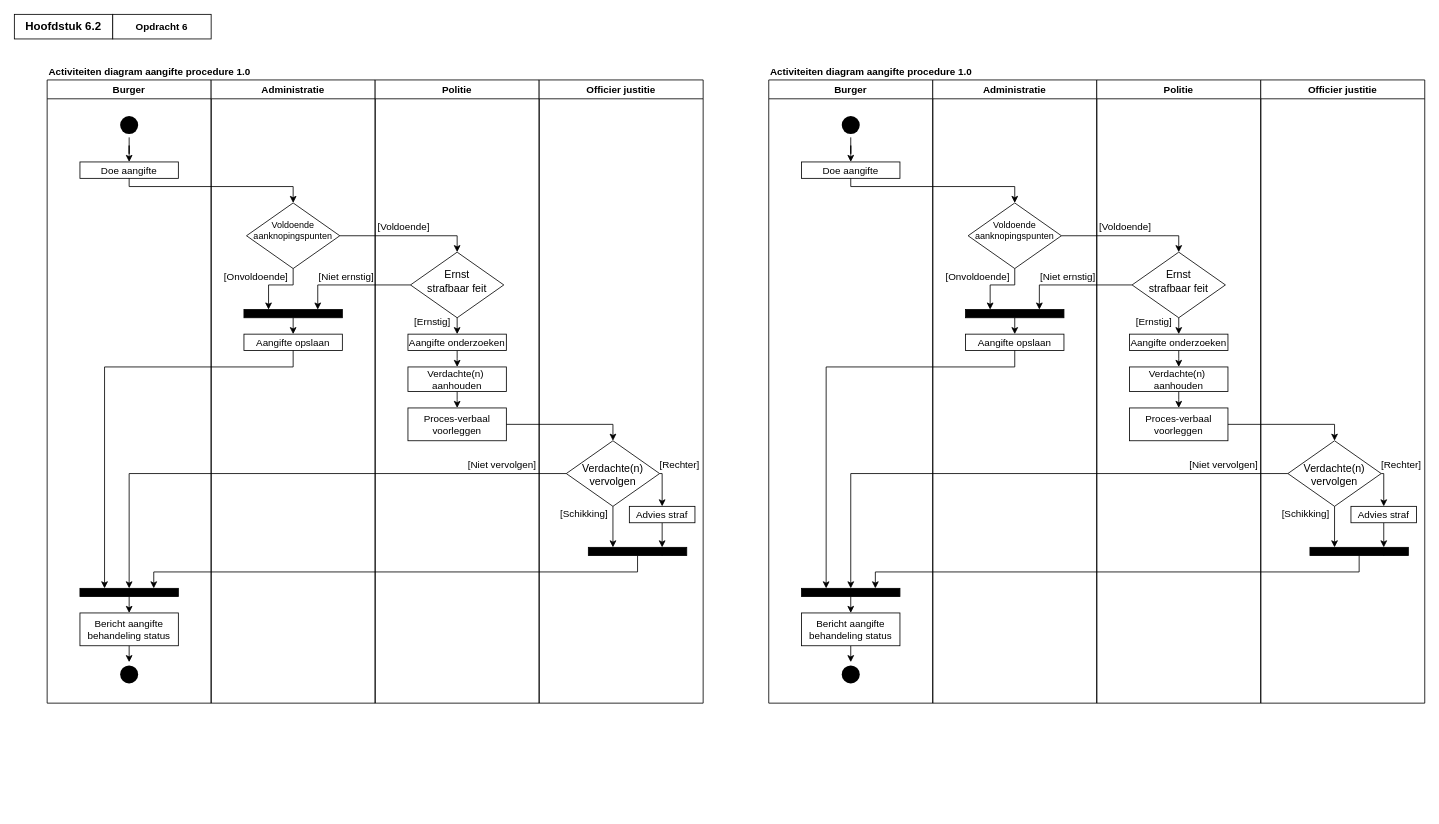
EMB20/Procesanalyse keeps this draw.io diagram as page "Opdracht6" (4 of 4) of ActivityDiagramHealthclinic.drawio. Above is the earlier version. Source tidied: cells renumbered, new cells numbered last; positions are measured from the earlier drawing's top-left corner, leaving out a move shared by most shapes. Both pictures are drawn from the tidied source at 82%, with x=0, y=0 at pixel (14, 14).
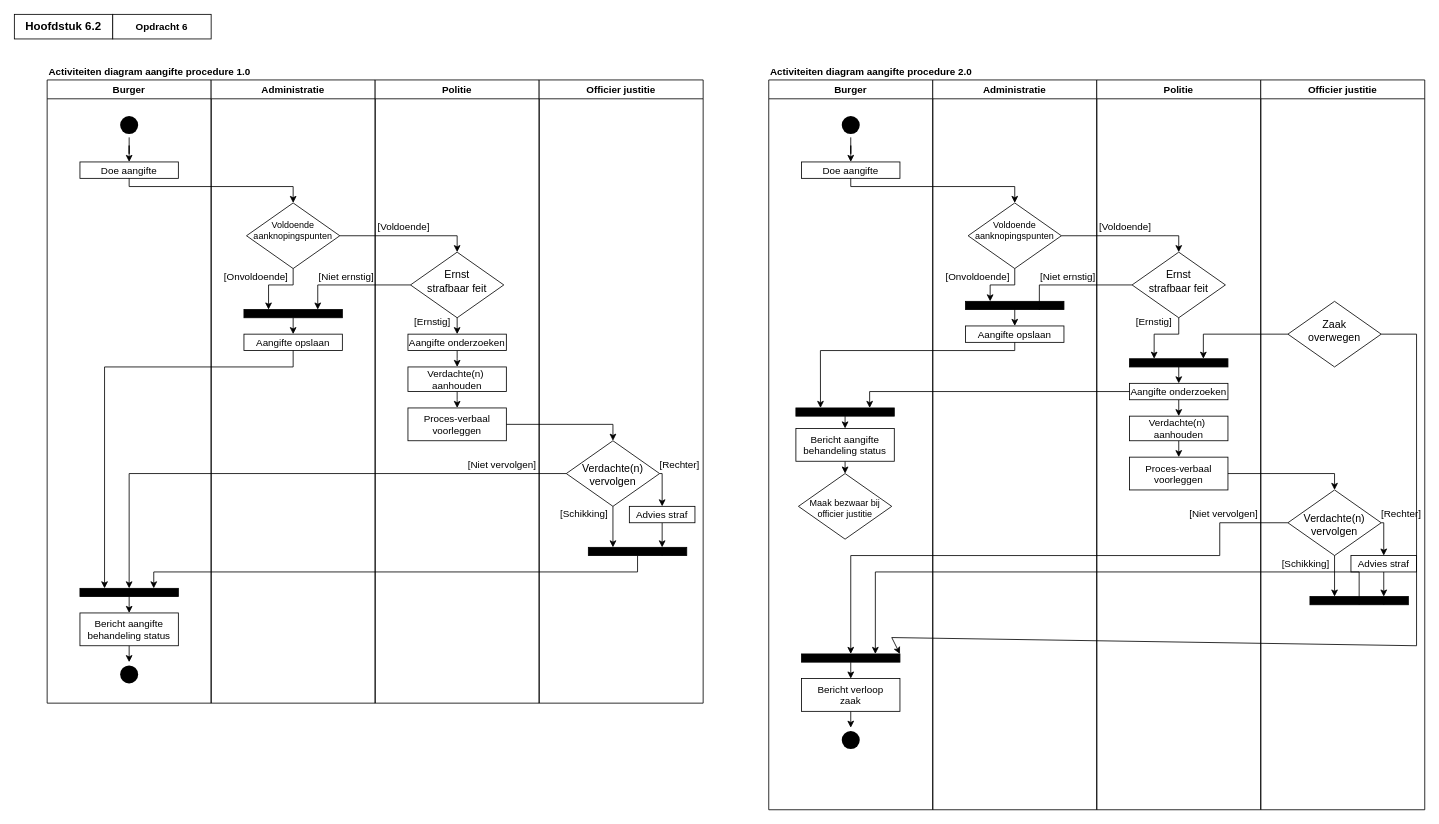
After the change.

Unchanged cells that the change refers to:
```xml
<mxCell id="67" value="Ernst&#10;strafbaar feit" style="rhombus;fillColor=default;strokeColor=default;shadow=0;fontSize=13;spacingBottom=10;" parent="59" vertex="1">
  <mxGeometry x="243.1" y="210" width="113.8" height="80" as="geometry" />
</mxCell>
```

What changed in the source:
```diff
@@
     <mxCell id="50" value="Burger" style="swimlane;whiteSpace=wrap;html=1;" parent="1" vertex="1">
-      <mxGeometry x="920" y="80" width="200" height="760" as="geometry" />
+      <mxGeometry x="920" y="80" width="200" height="890" as="geometry" />
     </mxCell>
@@
-    <mxCell id="55" value="Bericht aangifte&#10;behandeling status" parent="50" vertex="1">
-      <mxGeometry x="40" y="650" width="120" height="40" as="geometry" />
+    <mxCell id="55" value="Bericht verloop&#10;zaak" parent="50" vertex="1">
+      <mxGeometry x="40" y="730" width="120" height="40" as="geometry" />
     </mxCell>
@@
     <mxCell id="57" style="rounded=0;whiteSpace=wrap;html=1;fillColor=#000000;" parent="50" vertex="1">
-      <mxGeometry x="40" y="620" width="120" height="10" as="geometry" />
+      <mxGeometry x="40" y="700" width="120" height="10" as="geometry" />
     </mxCell>
     <mxCell id="58" style="ellipse;shape=startState;fillColor=#000000;strokeColor=none;" parent="50" vertex="1">
-      <mxGeometry x="85" y="710" width="30" height="30" as="geometry" />
+      <mxGeometry x="85" y="790" width="30" height="30" as="geometry" />
     </mxCell>
+    <mxCell id="96" style="edgeStyle=none;rounded=0;jettySize=auto;html=1;entryX=0.5;entryY=0;entryDx=0;entryDy=0;elbow=vertical;" parent="50" edge="1" source="97" target="98">
+      <mxGeometry relative="1" as="geometry" />
+    </mxCell>
+    <mxCell id="97" value="Bericht aangifte&#10;behandeling status" parent="50" vertex="1">
+      <mxGeometry x="33.1" y="425" width="120" height="40" as="geometry" />
+    </mxCell>
+    <mxCell id="98" value="Maak bezwaar bij&#10;officier justitie" style="rhombus;fillColor=default;strokeColor=default;shadow=0;fontSize=11;spacingBottom=0;spacingTop=4;" parent="50" vertex="1">
+      <mxGeometry x="36.2" y="480" width="113.8" height="80" as="geometry" />
+    </mxCell>
+    <mxCell id="99" style="edgeStyle=none;rounded=0;jettySize=auto;html=1;exitX=0.5;exitY=1;exitDx=0;exitDy=0;entryX=0.5;entryY=0;entryDx=0;entryDy=0;elbow=vertical;" parent="50" edge="1" source="100" target="97">
+      <mxGeometry relative="1" as="geometry" />
+    </mxCell>
+    <mxCell id="100" style="rounded=0;whiteSpace=wrap;html=1;fillColor=#000000;" parent="50" vertex="1">
+      <mxGeometry x="33.1" y="400" width="120" height="10" as="geometry" />
+    </mxCell>
     <mxCell id="59" value="Administratie" style="swimlane;whiteSpace=wrap;html=1;" parent="1" vertex="1">
-      <mxGeometry x="1120" y="80" width="200" height="760" as="geometry" />
+      <mxGeometry x="1120" y="80" width="200" height="890" as="geometry" />
     </mxCell>
     <mxCell id="60" value="Aangifte opslaan" parent="59" vertex="1">
-      <mxGeometry x="40" y="310" width="120" height="20" as="geometry" />
+      <mxGeometry x="40" y="300" width="120" height="20" as="geometry" />
     </mxCell>
@@
     <mxCell id="65" style="rounded=0;whiteSpace=wrap;html=1;fillColor=#000000;" parent="59" vertex="1">
-      <mxGeometry x="40" y="280" width="120" height="10" as="geometry" />
+      <mxGeometry x="40" y="270" width="120" height="10" as="geometry" />
     </mxCell>
@@
     <mxCell id="71" value="Politie" style="swimlane;whiteSpace=wrap;html=1;startSize=23;" parent="1" vertex="1">
-      <mxGeometry x="1320" y="80" width="200" height="760" as="geometry" />
+      <mxGeometry x="1320" y="80" width="200" height="890" as="geometry" />
     </mxCell>
@@
     <mxCell id="73" value="Aangifte onderzoeken" parent="71" vertex="1">
-      <mxGeometry x="40" y="310" width="120" height="20" as="geometry" />
+      <mxGeometry x="40" y="370" width="120" height="20" as="geometry" />
     </mxCell>
@@
     <mxCell id="75" value="Proces-verbaal&#10;voorleggen" parent="71" vertex="1">
-      <mxGeometry x="40" y="400" width="120" height="40" as="geometry" />
+      <mxGeometry x="40" y="460" width="120" height="40" as="geometry" />
     </mxCell>
@@
     <mxCell id="77" value="Verdachte(n) &#10;aanhouden" parent="71" vertex="1">
-      <mxGeometry x="40" y="350" width="120" height="30" as="geometry" />
+      <mxGeometry x="40" y="410" width="120" height="30" as="geometry" />
     </mxCell>
-    <mxCell id="78" value="[Niet&amp;nbsp;&lt;span style=&quot;background-color: initial;&quot;&gt;vervolgen]&lt;/span&gt;" style="text;html=1;align=center;verticalAlign=middle;whiteSpace=wrap;rounded=0;" parent="71" vertex="1">
-      <mxGeometry x="110" y="460" width="90" height="20" as="geometry" />
-    </mxCell>
+    <mxCell id="101" style="edgeStyle=none;rounded=0;jettySize=auto;html=1;elbow=vertical;" parent="71" edge="1" source="102" target="73">
+      <mxGeometry relative="1" as="geometry" />
+    </mxCell>
+    <mxCell id="102" style="rounded=0;whiteSpace=wrap;html=1;fillColor=#000000;" parent="71" vertex="1">
+      <mxGeometry x="40" y="340" width="120" height="10" as="geometry" />
+    </mxCell>
-    <mxCell id="79" value="&lt;font style=&quot;font-size: 12px;&quot;&gt;Activiteiten diagram aangifte procedure 1.0&lt;/font&gt;" style="text;html=1;align=left;verticalAlign=middle;whiteSpace=wrap;rounded=0;fontStyle=1;fontSize=14;" parent="1" vertex="1">
+    <mxCell id="79" value="&lt;font style=&quot;font-size: 12px;&quot;&gt;Activiteiten diagram aangifte procedure 2.0&lt;/font&gt;" style="text;html=1;align=left;verticalAlign=middle;whiteSpace=wrap;rounded=0;fontStyle=1;fontSize=14;" parent="1" vertex="1">
       <mxGeometry x="920" y="60" width="300" height="20" as="geometry" />
     </mxCell>
@@
     <mxCell id="81" value="Officier justitie" style="swimlane;whiteSpace=wrap;html=1;startSize=23;" parent="1" vertex="1">
-      <mxGeometry x="1520" y="80" width="200" height="760" as="geometry" />
+      <mxGeometry x="1520" y="80" width="200" height="890" as="geometry" />
     </mxCell>
+    <mxCell id="103" value="Zaak&#10;overwegen" style="rhombus;fillColor=default;strokeColor=default;shadow=0;fontSize=13;spacingBottom=10;" parent="81" vertex="1">
+      <mxGeometry x="33.1" y="270" width="113.8" height="80" as="geometry" />
+    </mxCell>
+    <mxCell id="78" value="[Niet&amp;nbsp;&lt;span style=&quot;background-color: initial;&quot;&gt;vervolgen]&lt;/span&gt;" style="text;html=1;align=center;verticalAlign=middle;whiteSpace=wrap;rounded=0;" parent="81" vertex="1">
+      <mxGeometry x="-90" y="520" width="90" height="20" as="geometry" />
+    </mxCell>
     <mxCell id="82" style="edgeStyle=none;rounded=0;jettySize=auto;html=1;exitX=1;exitY=0.5;exitDx=0;exitDy=0;entryX=0.5;entryY=0;entryDx=0;entryDy=0;elbow=vertical;" parent="81" edge="1" source="83" target="88">
       <mxGeometry relative="1" as="geometry">
         <Array as="points">
-          <mxPoint x="150" y="480" />
+          <mxPoint x="150" y="540" />
         </Array>
       </mxGeometry>
     </mxCell>
     <mxCell id="83" value="Verdachte(n)&#10;vervolgen" style="rhombus;fillColor=default;strokeColor=default;shadow=0;fontSize=13;spacingBottom=0;spacingTop=3;" parent="81" vertex="1">
-      <mxGeometry x="33.1" y="440" width="113.8" height="80" as="geometry" />
+      <mxGeometry x="33.1" y="500" width="113.8" height="80" as="geometry" />
     </mxCell>
     <mxCell id="84" value="[Schikking&lt;span style=&quot;background-color: initial;&quot;&gt;]&lt;/span&gt;" style="text;html=1;align=center;verticalAlign=middle;whiteSpace=wrap;rounded=0;" parent="81" vertex="1">
-      <mxGeometry x="20" y="520" width="70" height="20" as="geometry" />
+      <mxGeometry x="20" y="580" width="70" height="20" as="geometry" />
     </mxCell>
     <mxCell id="85" value="[Rechter&lt;span style=&quot;background-color: initial;&quot;&gt;]&lt;/span&gt;" style="text;html=1;align=center;verticalAlign=middle;whiteSpace=wrap;rounded=0;" parent="81" vertex="1">
-      <mxGeometry x="143" y="460" width="57" height="20" as="geometry" />
+      <mxGeometry x="143" y="520" width="57" height="20" as="geometry" />
     </mxCell>
@@
     <mxCell id="88" value="Advies straf" parent="81" vertex="1">
-      <mxGeometry x="110" y="520" width="80" height="20" as="geometry" />
+      <mxGeometry x="110" y="580" width="80" height="20" as="geometry" />
     </mxCell>
     <mxCell id="89" style="rounded=0;whiteSpace=wrap;html=1;fillColor=#000000;" parent="81" vertex="1">
-      <mxGeometry x="60" y="570" width="120" height="10" as="geometry" />
+      <mxGeometry x="60" y="630" width="120" height="10" as="geometry" />
     </mxCell>
@@
-    <mxCell id="91" style="edgeStyle=elbowEdgeStyle;rounded=0;jettySize=auto;elbow=vertical;html=1;entryX=0.5;entryY=0;entryDx=0;entryDy=0;" parent="1" edge="1" source="67" target="73">
-      <mxGeometry relative="1" as="geometry" />
-    </mxCell>
-    <mxCell id="92" style="edgeStyle=elbowEdgeStyle;rounded=0;jettySize=auto;elbow=vertical;html=1;entryX=0.5;entryY=0;entryDx=0;entryDy=0;" parent="1" edge="1" source="75" target="83">
+    <mxCell id="92" style="edgeStyle=elbowEdgeStyle;rounded=0;jettySize=auto;elbow=vertical;html=1;entryX=0.5;entryY=0;entryDx=0;entryDy=0;" parent="81" edge="1" target="83">
       <mxGeometry relative="1" as="geometry">
+        <mxPoint x="-40" y="480" as="sourcePoint" />
         <Array as="points">
-          <mxPoint x="1520" y="500" />
+          <mxPoint y="480" />
         </Array>
       </mxGeometry>
     </mxCell>
     <mxCell id="93" style="edgeStyle=none;rounded=0;jettySize=auto;html=1;exitX=0;exitY=0.5;exitDx=0;exitDy=0;entryX=0.5;entryY=0;entryDx=0;entryDy=0;elbow=vertical;" parent="1" edge="1" source="83" target="57">
       <mxGeometry relative="1" as="geometry">
         <Array as="points">
-          <mxPoint x="1020" y="560" />
+          <mxPoint x="1470" y="620" />
+          <mxPoint x="1470" y="660" />
+          <mxPoint x="1020" y="660" />
         </Array>
       </mxGeometry>
     </mxCell>
@@
-    <mxCell id="95" style="edgeStyle=none;rounded=0;jettySize=auto;html=1;exitX=0.5;exitY=1;exitDx=0;exitDy=0;entryX=0.25;entryY=0;entryDx=0;entryDy=0;elbow=vertical;" parent="1" edge="1" source="60" target="57">
-      <mxGeometry relative="1" as="geometry">
-        <Array as="points">
-          <mxPoint x="1220" y="430" />
-          <mxPoint x="990" y="430" />
-        </Array>
-      </mxGeometry>
-    </mxCell>
+    <mxCell id="104" style="edgeStyle=none;rounded=0;jettySize=auto;html=1;exitX=0;exitY=0.5;exitDx=0;exitDy=0;entryX=0.75;entryY=0;entryDx=0;entryDy=0;elbow=vertical;" parent="1" edge="1" source="103" target="102">
+      <mxGeometry relative="1" as="geometry">
+        <Array as="points">
+          <mxPoint x="1450" y="390" />
+        </Array>
+      </mxGeometry>
+    </mxCell>
+    <mxCell id="105" style="edgeStyle=none;rounded=0;jettySize=auto;html=1;exitX=0;exitY=0.5;exitDx=0;exitDy=0;entryX=0.75;entryY=0;entryDx=0;entryDy=0;elbow=vertical;" parent="1" edge="1" source="73" target="100">
+      <mxGeometry relative="1" as="geometry">
+        <Array as="points">
+          <mxPoint x="1043" y="460" />
+        </Array>
+      </mxGeometry>
+    </mxCell>
+    <mxCell id="106" style="edgeStyle=none;rounded=0;jettySize=auto;html=1;exitX=1;exitY=0.5;exitDx=0;exitDy=0;entryX=1;entryY=0;entryDx=0;entryDy=0;elbow=vertical;" parent="1" edge="1" source="103" target="57">
+      <mxGeometry relative="1" as="geometry">
+        <Array as="points">
+          <mxPoint x="1710" y="390" />
+          <mxPoint x="1710" y="770" />
+          <mxPoint x="1070" y="760" />
+        </Array>
+      </mxGeometry>
+    </mxCell>
+    <mxCell id="107" style="edgeStyle=none;rounded=0;jettySize=auto;html=1;exitX=0.5;exitY=1;exitDx=0;exitDy=0;entryX=0.25;entryY=0;entryDx=0;entryDy=0;elbow=vertical;" parent="1" edge="1" source="67" target="102">
+      <mxGeometry relative="1" as="geometry">
+        <Array as="points">
+          <mxPoint x="1420" y="390" />
+          <mxPoint x="1390" y="390" />
+        </Array>
+      </mxGeometry>
+    </mxCell>
+    <mxCell id="108" style="edgeStyle=none;rounded=0;jettySize=auto;html=1;exitX=0.5;exitY=1;exitDx=0;exitDy=0;entryX=0.25;entryY=0;entryDx=0;entryDy=0;elbow=vertical;" parent="1" edge="1" source="60" target="100">
+      <mxGeometry relative="1" as="geometry">
+        <Array as="points">
+          <mxPoint x="1220" y="410" />
+          <mxPoint x="983" y="410" />
+        </Array>
+      </mxGeometry>
+    </mxCell>
```
